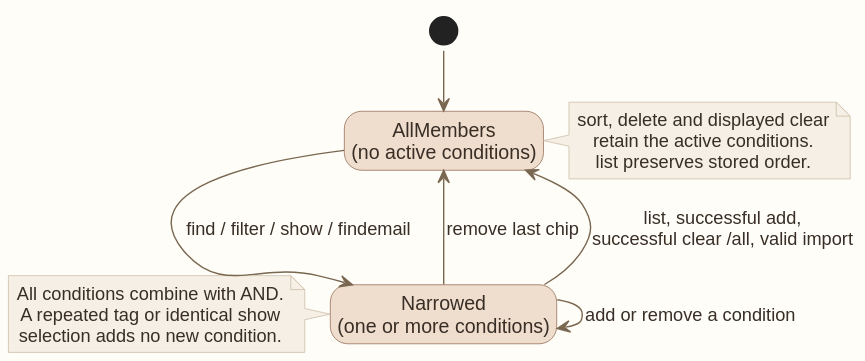
Above: images/FilterLifecycleDiagram.svg in AY2627S1-CS2103T-W12-1/tp (PlantUML), before the change. Source of this version:
```plantuml
@startuml
!pragma layout smetana
!include style.puml
skinparam ArrowFontStyle plain
skinparam state {
    BackgroundColor MODEL_COLOR
    BorderColor MODEL_COLOR_T3
    FontColor USER_COLOR
}
hide empty description

[*] --> AllMembers

state "AllMembers\n(no active conditions)" as AllMembers
state "Narrowed\n(one or more conditions)" as Narrowed

AllMembers --> Narrowed : find / filter / show / findemail
Narrowed --> AllMembers : remove last chip
Narrowed --> AllMembers : list, successful add,\nsuccessful clear /all, valid import
Narrowed --> Narrowed : add or remove a condition

note left of Narrowed
All conditions combine with AND.
A repeated tag or identical show
selection adds no new condition.
end note

note right of AllMembers
sort, delete and displayed clear
retain the active conditions.
list preserves stored order.
end note
@enduml
```
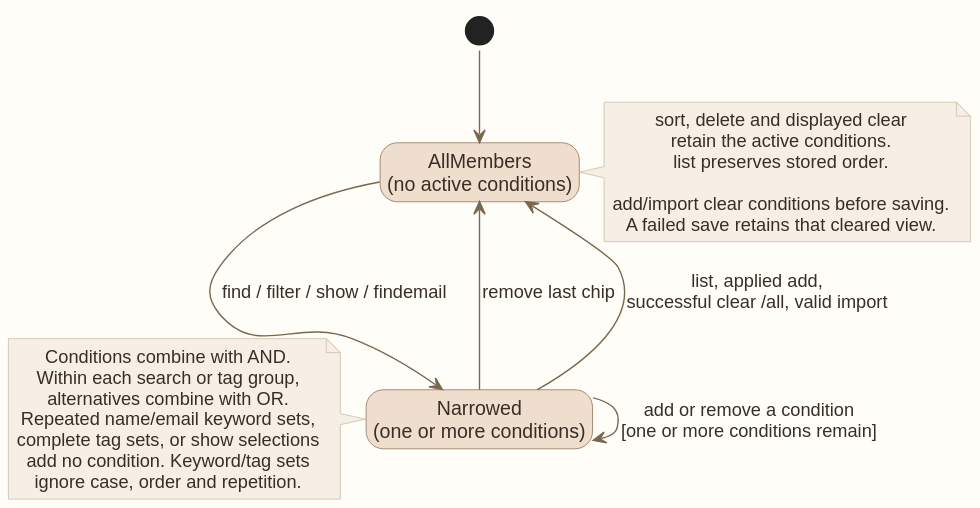
Later version of the same file.

Change to the diagram source:
```diff
@@ -16,18 +16,25 @@
 
 AllMembers --> Narrowed : find / filter / show / findemail
 Narrowed --> AllMembers : remove last chip
-Narrowed --> AllMembers : list, successful add,\nsuccessful clear /all, valid import
-Narrowed --> Narrowed : add or remove a condition
+Narrowed --> AllMembers : list, applied add,\nsuccessful clear /all, valid import
+Narrowed --> Narrowed : add or remove a condition\n[one or more conditions remain]
 
 note left of Narrowed
-All conditions combine with AND.
-A repeated tag or identical show
-selection adds no new condition.
+Conditions combine with AND.
+Within each search or tag group,
+alternatives combine with OR.
+Repeated name/email keyword sets,
+complete tag sets, or show selections
+add no condition. Keyword/tag sets
+ignore case, order and repetition.
 end note
 
 note right of AllMembers
 sort, delete and displayed clear
 retain the active conditions.
 list preserves stored order.
+
+add/import clear conditions before saving.
+A failed save retains that cleared view.
 end note
 @enduml
```
